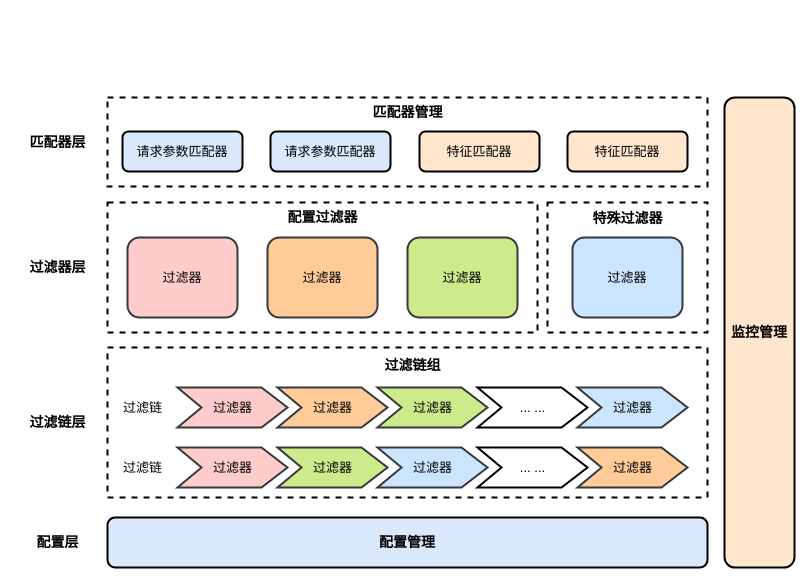
Earlier version of the draw.io diagram girlfriend.drawio (Jev0987/drawioFile). Source tidied: cells renumbered, new cells numbered last; positions are measured from the earlier drawing's top-left corner, leaving out a move shared by most shapes. Both pictures are drawn from the tidied source at 100%, with x=0, y=0 at pixel (17, 97).
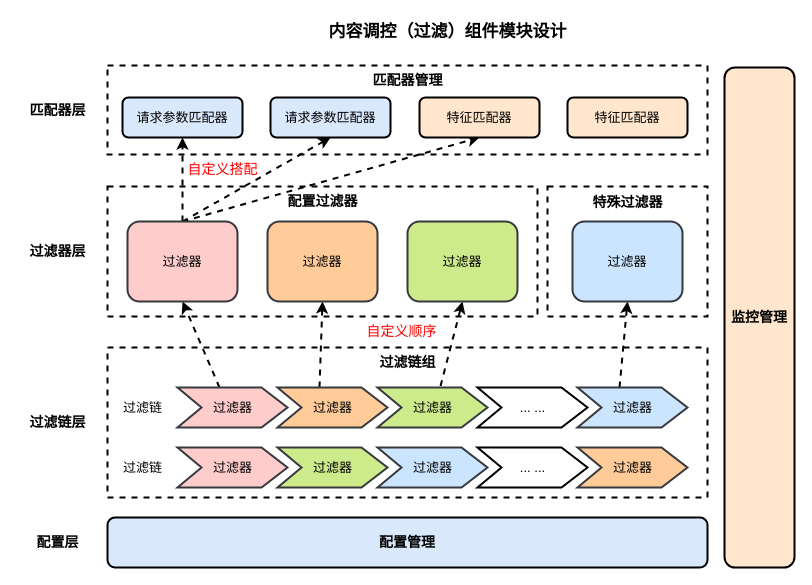
After the change.

The change refers to these unchanged cells:
```xml
<mxCell id="9" value="过滤器" style="html=1;shadow=0;dashed=0;align=center;verticalAlign=middle;shape=mxgraph.arrows2.arrow;dy=0;dx=26;notch=24;strokeWidth=2;fillColor=#ffcccc;strokeColor=#36393d;fontSize=13;" parent="1" vertex="1">
  <mxGeometry x="160" y="290" width="110" height="40" as="geometry" />
</mxCell>
<mxCell id="13" value="过滤器" style="html=1;shadow=0;dashed=0;align=center;verticalAlign=middle;shape=mxgraph.arrows2.arrow;dy=0;dx=26;notch=24;strokeWidth=2;fillColor=#ffcc99;strokeColor=#36393d;fontSize=13;" parent="1" vertex="1">
  <mxGeometry x="260" y="290" width="110" height="40" as="geometry" />
</mxCell>
<mxCell id="14" value="过滤器" style="html=1;shadow=0;dashed=0;align=center;verticalAlign=middle;shape=mxgraph.arrows2.arrow;dy=0;dx=26;notch=24;strokeWidth=2;fillColor=#cdeb8b;strokeColor=#36393d;fontSize=13;" parent="1" vertex="1">
  <mxGeometry x="360" y="290" width="110" height="40" as="geometry" />
</mxCell>
<mxCell id="16" value="过滤器" style="html=1;shadow=0;dashed=0;align=center;verticalAlign=middle;shape=mxgraph.arrows2.arrow;dy=0;dx=26;notch=24;strokeWidth=2;fillColor=#cce5ff;strokeColor=#36393d;fontSize=13;" parent="1" vertex="1">
  <mxGeometry x="560" y="290" width="110" height="40" as="geometry" />
</mxCell>
```

The edit, as a diff of the source:
```diff
@@
     <mxCell id="4" style="rounded=0;whiteSpace=wrap;html=1;fillColor=none;dashed=1;strokeWidth=2;" parent="1" vertex="1">
-      <mxGeometry x="90" y="105" width="430" height="130" as="geometry" />
+      <mxGeometry x="90" y="89" width="430" height="130" as="geometry" />
     </mxCell>
     <mxCell id="5" style="rounded=0;whiteSpace=wrap;html=1;fillColor=none;dashed=1;strokeWidth=2;" parent="1" vertex="1">
-      <mxGeometry x="90" width="600" height="89" as="geometry" />
+      <mxGeometry x="90" y="-32" width="600" height="89" as="geometry" />
     </mxCell>
     <mxCell id="6" value="&lt;b&gt;&lt;font style=&quot;font-size: 14px;&quot;&gt;监控管理&lt;/font&gt;&lt;/b&gt;" style="rounded=1;whiteSpace=wrap;html=1;fillColor=#ffe6cc;strokeColor=#000000;strokeWidth=2;" parent="1" vertex="1">
-      <mxGeometry x="707" width="70" height="470" as="geometry" />
+      <mxGeometry x="707" y="-30" width="70" height="500" as="geometry" />
     </mxCell>
@@
+    <mxCell id="36" style="rounded=0;jettySize=auto;html=1;exitX=0;exitY=0;exitDx=42;exitDy=0;exitPerimeter=0;entryX=0.5;entryY=1;entryDx=0;entryDy=0;strokeWidth=2;dashed=1;" parent="1" edge="1" source="9" target="23">
+      <mxGeometry relative="1" as="geometry" />
+    </mxCell>
@@
     <mxCell id="12" value="&lt;b&gt;&lt;font style=&quot;font-size: 14px;&quot;&gt;过滤链组&lt;/font&gt;&lt;/b&gt;" style="text;html=1;align=center;verticalAlign=middle;strokeColor=none;fillColor=none;" parent="1" vertex="1">
-      <mxGeometry x="355" y="253" width="80" height="30" as="geometry" />
+      <mxGeometry x="350" y="250" width="80" height="30" as="geometry" />
     </mxCell>
+    <mxCell id="37" style="rounded=0;jettySize=auto;html=1;exitX=0;exitY=0;exitDx=42;exitDy=0;exitPerimeter=0;entryX=0.5;entryY=1;entryDx=0;entryDy=0;strokeWidth=2;dashed=1;" parent="1" edge="1" source="13" target="25">
+      <mxGeometry relative="1" as="geometry" />
+    </mxCell>
@@
+    <mxCell id="38" style="rounded=0;jettySize=auto;html=1;exitX=0.573;exitY=-0.037;exitDx=0;exitDy=0;exitPerimeter=0;entryX=0.5;entryY=1;entryDx=0;entryDy=0;strokeWidth=2;dashed=1;" parent="1" edge="1" source="14" target="26">
+      <mxGeometry relative="1" as="geometry" />
+    </mxCell>
@@
+    <mxCell id="39" style="rounded=0;jettySize=auto;html=1;exitX=0;exitY=0;exitDx=42;exitDy=0;exitPerimeter=0;entryX=0.5;entryY=1;entryDx=0;entryDy=0;dashed=1;strokeWidth=2;" parent="1" edge="1" source="16" target="27">
+      <mxGeometry relative="1" as="geometry" />
+    </mxCell>
@@
     <mxCell id="22" style="rounded=0;whiteSpace=wrap;html=1;fillColor=none;dashed=1;strokeWidth=2;" parent="1" vertex="1">
-      <mxGeometry x="530" y="105" width="160" height="130" as="geometry" />
+      <mxGeometry x="530" y="89" width="160" height="130" as="geometry" />
     </mxCell>
+    <mxCell id="40" style="rounded=0;jettySize=auto;html=1;exitX=0.5;exitY=0;exitDx=0;exitDy=0;entryX=0.5;entryY=1;entryDx=0;entryDy=0;dashed=1;strokeWidth=2;" parent="1" edge="1" source="23" target="28">
+      <mxGeometry relative="1" as="geometry" />
+    </mxCell>
+    <mxCell id="41" style="rounded=0;jettySize=auto;html=1;exitX=0.5;exitY=0;exitDx=0;exitDy=0;entryX=0.5;entryY=1;entryDx=0;entryDy=0;dashed=1;strokeWidth=2;" parent="1" edge="1" source="23" target="29">
+      <mxGeometry relative="1" as="geometry" />
+    </mxCell>
+    <mxCell id="42" style="rounded=0;jettySize=auto;html=1;exitX=0.5;exitY=0;exitDx=0;exitDy=0;entryX=0.5;entryY=1;entryDx=0;entryDy=0;dashed=1;strokeWidth=2;" parent="1" edge="1" source="23" target="30">
+      <mxGeometry relative="1" as="geometry" />
+    </mxCell>
     <mxCell id="23" value="&lt;font&gt;过滤器&lt;/font&gt;" style="rounded=1;whiteSpace=wrap;html=1;strokeWidth=2;fillColor=#ffcccc;strokeColor=#36393d;fontSize=13;" parent="1" vertex="1">
-      <mxGeometry x="110" y="140" width="110" height="80" as="geometry" />
+      <mxGeometry x="110" y="124" width="110" height="80" as="geometry" />
     </mxCell>
     <mxCell id="24" value="&lt;b&gt;&lt;font style=&quot;font-size: 14px;&quot;&gt;过滤器层&lt;/font&gt;&lt;/b&gt;" style="text;html=1;align=center;verticalAlign=middle;strokeColor=none;fillColor=none;" parent="1" vertex="1">
-      <mxGeometry y="155" width="80" height="30" as="geometry" />
+      <mxGeometry y="139" width="80" height="30" as="geometry" />
     </mxCell>
     <mxCell id="25" value="&lt;font&gt;过滤器&lt;/font&gt;" style="rounded=1;whiteSpace=wrap;html=1;strokeWidth=2;fillColor=#ffcc99;strokeColor=#36393d;fontSize=13;" parent="1" vertex="1">
-      <mxGeometry x="250" y="140" width="110" height="80" as="geometry" />
+      <mxGeometry x="250" y="124" width="110" height="80" as="geometry" />
     </mxCell>
     <mxCell id="26" value="&lt;font&gt;过滤器&lt;/font&gt;" style="rounded=1;whiteSpace=wrap;html=1;strokeWidth=2;fillColor=#cdeb8b;strokeColor=#36393d;fontSize=13;" parent="1" vertex="1">
-      <mxGeometry x="390" y="140" width="110" height="80" as="geometry" />
+      <mxGeometry x="390" y="124" width="110" height="80" as="geometry" />
     </mxCell>
     <mxCell id="27" value="&lt;font&gt;过滤器&lt;/font&gt;" style="rounded=1;whiteSpace=wrap;html=1;strokeWidth=2;fillColor=#cce5ff;strokeColor=#36393d;fontSize=13;" parent="1" vertex="1">
-      <mxGeometry x="555" y="140" width="110" height="80" as="geometry" />
+      <mxGeometry x="555" y="124" width="110" height="80" as="geometry" />
     </mxCell>
     <mxCell id="28" value="请求参数匹配器" style="rounded=1;whiteSpace=wrap;html=1;fillColor=#dae8fc;strokeColor=#000000;strokeWidth=2;fontSize=13;" parent="1" vertex="1">
-      <mxGeometry x="105" y="34" width="120" height="40" as="geometry" />
+      <mxGeometry x="105" width="120" height="40" as="geometry" />
     </mxCell>
     <mxCell id="29" value="请求参数匹配器" style="rounded=1;whiteSpace=wrap;html=1;fillColor=#dae8fc;strokeColor=#000000;strokeWidth=2;fontSize=13;" parent="1" vertex="1">
-      <mxGeometry x="253" y="34" width="120" height="40" as="geometry" />
+      <mxGeometry x="253" width="120" height="40" as="geometry" />
     </mxCell>
     <mxCell id="30" value="特征匹配器" style="rounded=1;whiteSpace=wrap;html=1;fillColor=#ffe6cc;strokeColor=#000000;strokeWidth=2;fontSize=13;" parent="1" vertex="1">
-      <mxGeometry x="402" y="34" width="120" height="40" as="geometry" />
+      <mxGeometry x="402" width="120" height="40" as="geometry" />
     </mxCell>
     <mxCell id="31" value="特征匹配器" style="rounded=1;whiteSpace=wrap;html=1;fillColor=#ffe6cc;strokeColor=#000000;strokeWidth=2;fontSize=13;" parent="1" vertex="1">
-      <mxGeometry x="550" y="34" width="120" height="40" as="geometry" />
+      <mxGeometry x="550" width="120" height="40" as="geometry" />
     </mxCell>
     <mxCell id="32" value="&lt;b&gt;&lt;font style=&quot;font-size: 14px;&quot;&gt;匹配器层&lt;/font&gt;&lt;/b&gt;" style="text;html=1;align=center;verticalAlign=middle;strokeColor=none;fillColor=none;" parent="1" vertex="1">
-      <mxGeometry y="29.5" width="80" height="30" as="geometry" />
+      <mxGeometry y="-2.5" width="80" height="30" as="geometry" />
     </mxCell>
     <mxCell id="33" value="&lt;b&gt;&lt;font style=&quot;font-size: 14px;&quot;&gt;配置过滤器&lt;/font&gt;&lt;/b&gt;" style="text;html=1;align=center;verticalAlign=middle;strokeColor=none;fillColor=none;" parent="1" vertex="1">
-      <mxGeometry x="260" y="105" width="90" height="30" as="geometry" />
+      <mxGeometry x="260" y="89" width="90" height="30" as="geometry" />
     </mxCell>
     <mxCell id="34" value="&lt;b&gt;&lt;font style=&quot;font-size: 14px;&quot;&gt;特殊过滤器&lt;/font&gt;&lt;/b&gt;" style="text;html=1;align=center;verticalAlign=middle;strokeColor=none;fillColor=none;" parent="1" vertex="1">
-      <mxGeometry x="565" y="106" width="90" height="30" as="geometry" />
+      <mxGeometry x="565" y="90" width="90" height="30" as="geometry" />
     </mxCell>
     <mxCell id="35" value="&lt;b&gt;&lt;font style=&quot;font-size: 14px;&quot;&gt;匹配器管理&lt;/font&gt;&lt;/b&gt;" style="text;html=1;align=center;verticalAlign=middle;strokeColor=none;fillColor=none;" parent="1" vertex="1">
-      <mxGeometry x="345" width="90" height="30" as="geometry" />
+      <mxGeometry x="345" y="-32" width="90" height="30" as="geometry" />
     </mxCell>
+    <mxCell id="43" value="&lt;font color=&quot;#ff0000&quot; style=&quot;font-size: 14px;&quot;&gt;自定义顺序&lt;/font&gt;" style="text;html=1;align=center;verticalAlign=middle;strokeColor=none;fillColor=none;" parent="1" vertex="1">
+      <mxGeometry x="339" y="219" width="90" height="30" as="geometry" />
+    </mxCell>
+    <mxCell id="44" value="&lt;font color=&quot;#ff0000&quot; style=&quot;font-size: 14px;&quot;&gt;自定义搭配&lt;/font&gt;" style="text;html=1;align=center;verticalAlign=middle;strokeColor=none;fillColor=none;" parent="1" vertex="1">
+      <mxGeometry x="160" y="57" width="90" height="30" as="geometry" />
+    </mxCell>
+    <mxCell id="45" value="&lt;b&gt;&lt;font style=&quot;font-size: 17px;&quot;&gt;内容调控（过滤）组件模块设计&lt;/font&gt;&lt;/b&gt;" style="text;html=1;align=center;verticalAlign=middle;strokeColor=none;fillColor=none;" parent="1" vertex="1">
+      <mxGeometry x="300" y="-80" width="260" height="30" as="geometry" />
+    </mxCell>
```
